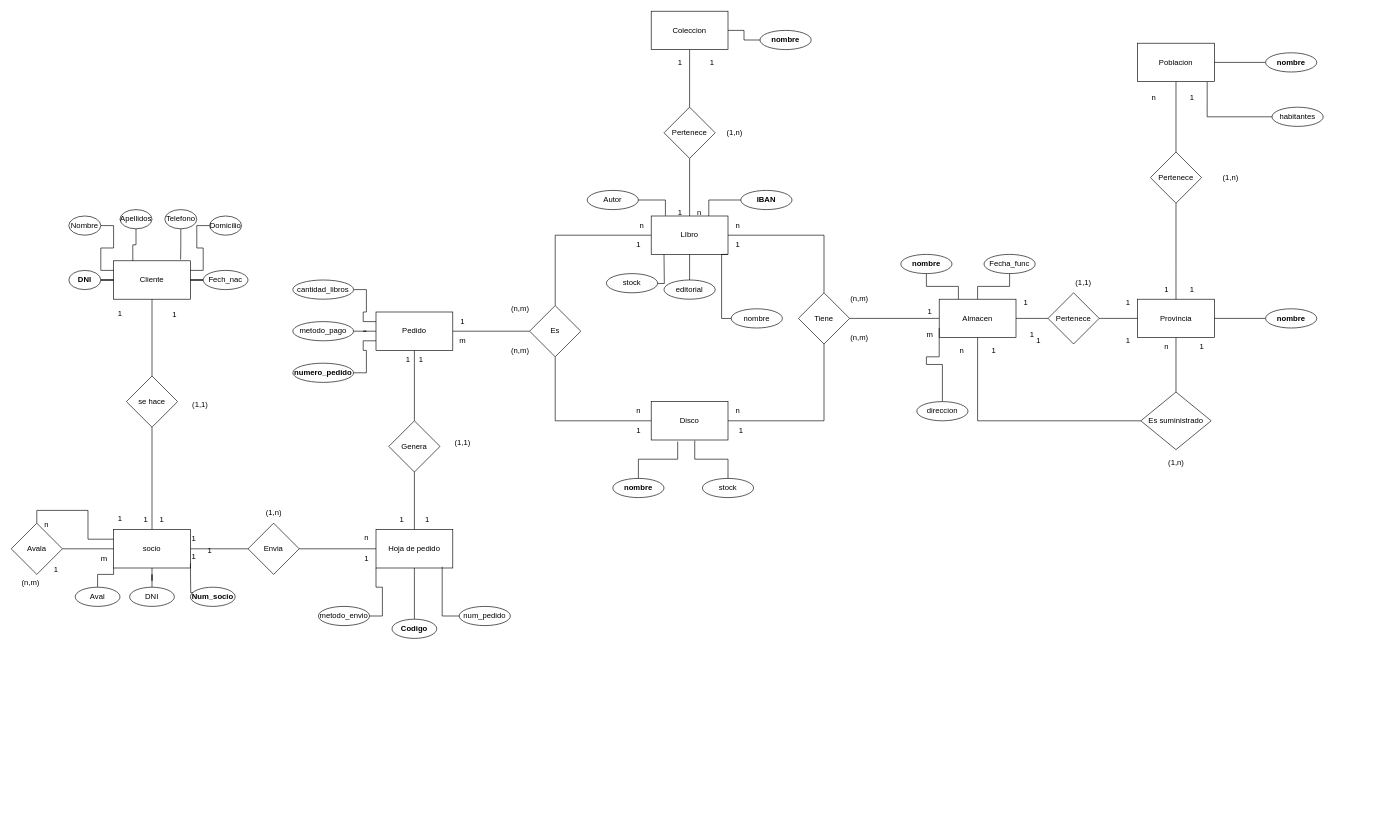
Earlier version of the draw.io diagram ejercicio4.drawio (victorsanchezr/abril23diagrama). Source tidied: cells renumbered, new cells numbered last; positions are measured from the earlier drawing's top-left corner, leaving out a move shared by most shapes. Both pictures are drawn from the tidied source at 64%, with x=0, y=0 at pixel (11, 11).
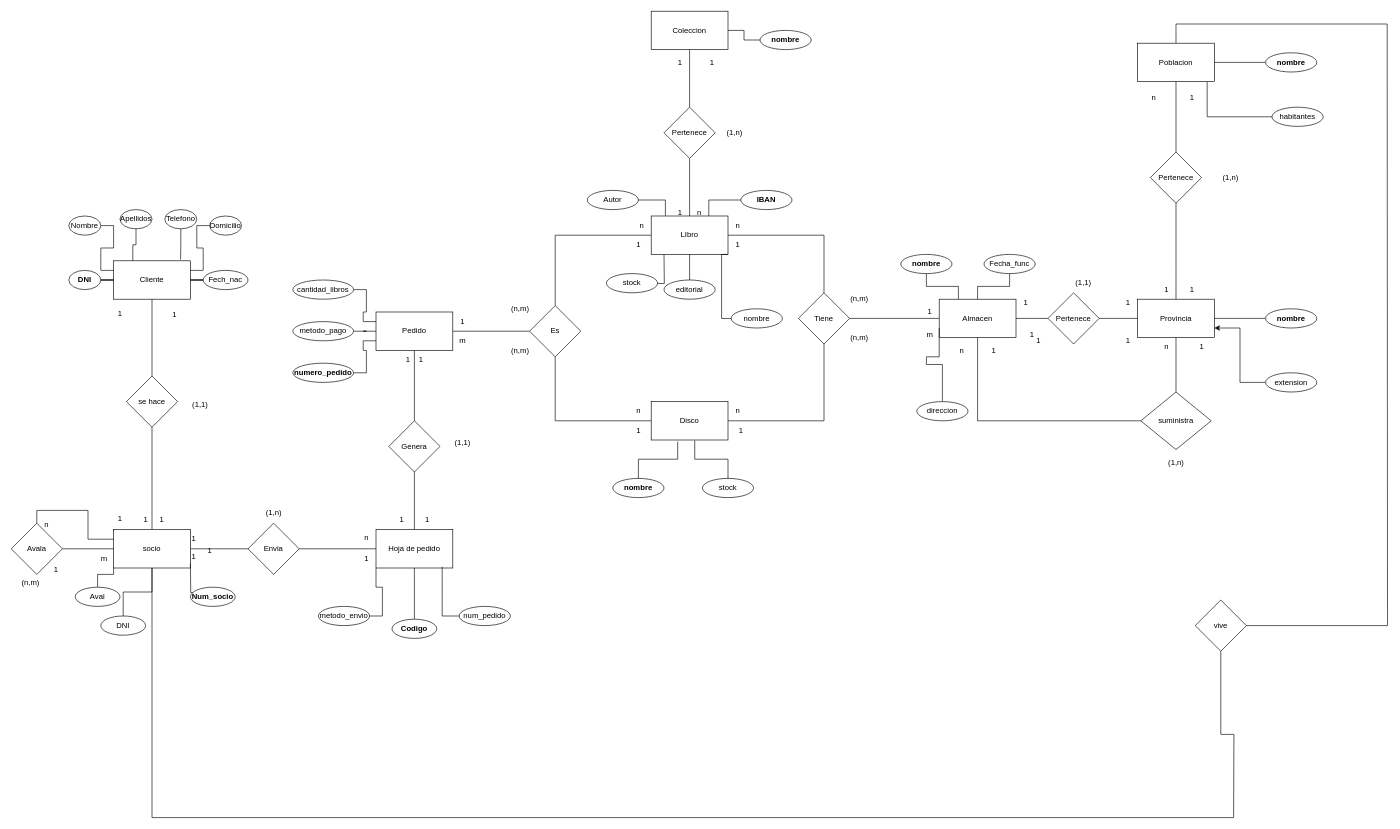
Above is the later version.

Unchanged cells that the change refers to:
```xml
<mxCell id="7" value="socio" style="rounded=0;whiteSpace=wrap;html=1;" parent="1" vertex="1">
  <mxGeometry x="160" y="810" width="120" height="60" as="geometry" />
</mxCell>
<mxCell id="37" value="Provincia" style="rounded=0;whiteSpace=wrap;html=1;" parent="1" vertex="1">
  <mxGeometry x="1760" y="450" width="120" height="60" as="geometry" />
</mxCell>
<mxCell id="43" value="Poblacion" style="rounded=0;whiteSpace=wrap;html=1;" parent="1" vertex="1">
  <mxGeometry x="1760" y="50" width="120" height="60" as="geometry" />
</mxCell>
```

The edit, as a diff of the source:
```diff
@@
+    <mxCell id="160" style="edgeStyle=orthogonalEdgeStyle;rounded=0;jettySize=auto;html=1;endArrow=none;endFill=0;" parent="1" edge="1" source="7">
+      <mxGeometry relative="1" as="geometry">
+        <mxPoint x="220" y="1260" as="targetPoint" />
+      </mxGeometry>
+    </mxCell>
@@
-    <mxCell id="36" value="Es suministrado" style="rhombus;whiteSpace=wrap;html=1;" parent="1" vertex="1">
+    <mxCell id="36" value="suministra" style="rhombus;whiteSpace=wrap;html=1;" parent="1" vertex="1">
       <mxGeometry x="1765" y="595" width="110" height="90" as="geometry" />
     </mxCell>
@@
+    <mxCell id="161" style="edgeStyle=orthogonalEdgeStyle;rounded=0;jettySize=auto;html=1;endArrow=none;endFill=0;" parent="1" edge="1" source="43">
+      <mxGeometry relative="1" as="geometry">
+        <mxPoint x="1820" y="20" as="targetPoint" />
+      </mxGeometry>
+    </mxCell>
@@
     <mxCell id="59" value="DNI" style="ellipse;whiteSpace=wrap;html=1;" parent="1" vertex="1">
-      <mxGeometry x="185" y="900" width="70" height="30" as="geometry" />
+      <mxGeometry x="140" y="945" width="70" height="30" as="geometry" />
     </mxCell>
@@
+    <mxCell id="162" style="edgeStyle=orthogonalEdgeStyle;rounded=0;jettySize=auto;html=1;entryX=1;entryY=0.75;entryDx=0;entryDy=0;" parent="1" edge="1" source="163" target="37">
+      <mxGeometry relative="1" as="geometry" />
+    </mxCell>
+    <mxCell id="163" value="extension" style="ellipse;whiteSpace=wrap;html=1;" parent="1" vertex="1">
+      <mxGeometry x="1960" y="565" width="80" height="30" as="geometry" />
+    </mxCell>
+    <mxCell id="164" style="edgeStyle=orthogonalEdgeStyle;rounded=0;jettySize=auto;html=1;endArrow=none;endFill=0;" parent="1" edge="1" source="166">
+      <mxGeometry relative="1" as="geometry">
+        <mxPoint x="1910" y="1260" as="targetPoint" />
+      </mxGeometry>
+    </mxCell>
+    <mxCell id="165" style="edgeStyle=orthogonalEdgeStyle;rounded=0;jettySize=auto;html=1;endArrow=none;endFill=0;" parent="1" edge="1" source="166">
+      <mxGeometry relative="1" as="geometry">
+        <mxPoint x="2150" y="20" as="targetPoint" />
+      </mxGeometry>
+    </mxCell>
+    <mxCell id="166" value="vive" style="rhombus;whiteSpace=wrap;html=1;" parent="1" vertex="1">
+      <mxGeometry x="1850" y="920" width="80" height="80" as="geometry" />
+    </mxCell>
+    <mxCell id="167" style="endArrow=none;html=1;rounded=0;" parent="1" edge="1">
+      <mxGeometry relative="1" as="geometry">
+        <mxPoint x="220" y="1260" as="sourcePoint" />
+        <mxPoint x="1910" y="1260" as="targetPoint" />
+      </mxGeometry>
+    </mxCell>
+    <mxCell id="168" style="endArrow=none;html=1;rounded=0;" parent="1" edge="1">
+      <mxGeometry relative="1" as="geometry">
+        <mxPoint x="1820" y="20" as="sourcePoint" />
+        <mxPoint x="2150" y="20" as="targetPoint" />
+      </mxGeometry>
+    </mxCell>
```
